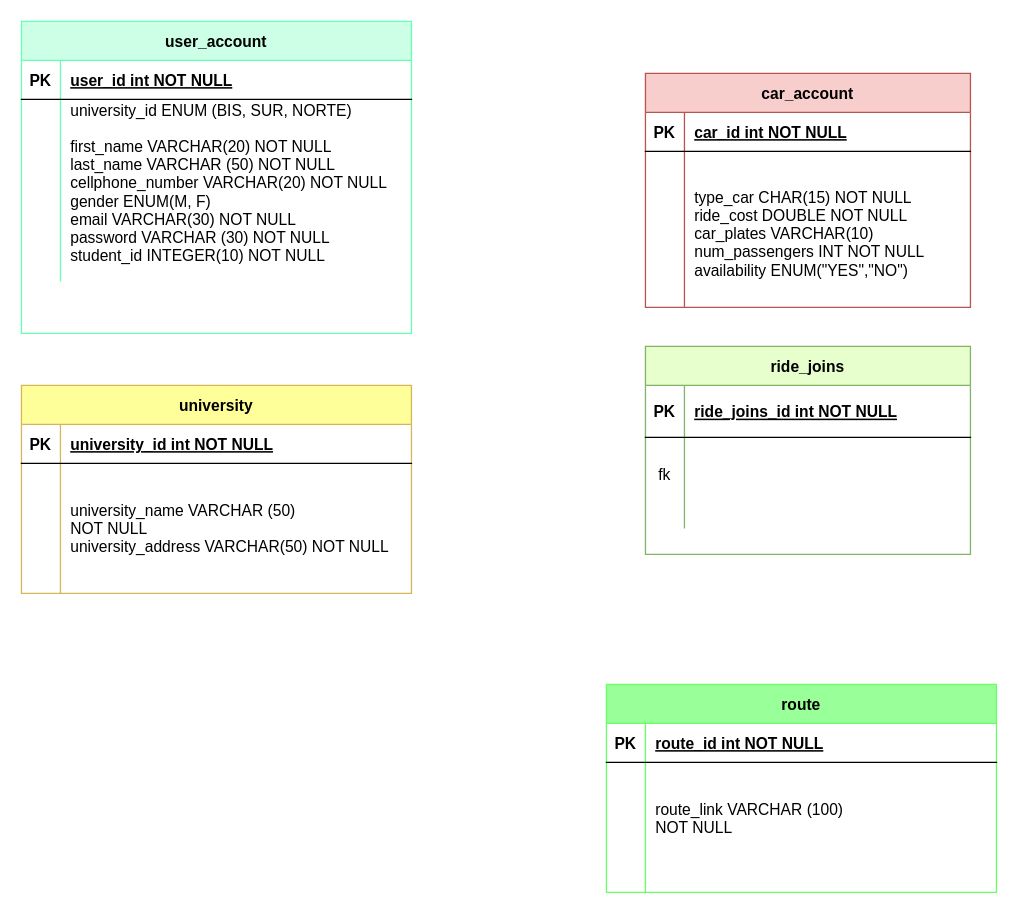
carpool-bis/entity-relationship-diagram keeps this draw.io diagram as entity-relationship-diagram.drawio. Above is the earlier version. Source tidied: cells renumbered, new cells numbered last; positions are measured from the earlier drawing's top-left corner, leaving out a move shared by most shapes. Both pictures are drawn from the tidied source at 130%, with x=0, y=0 at pixel (21, 21).
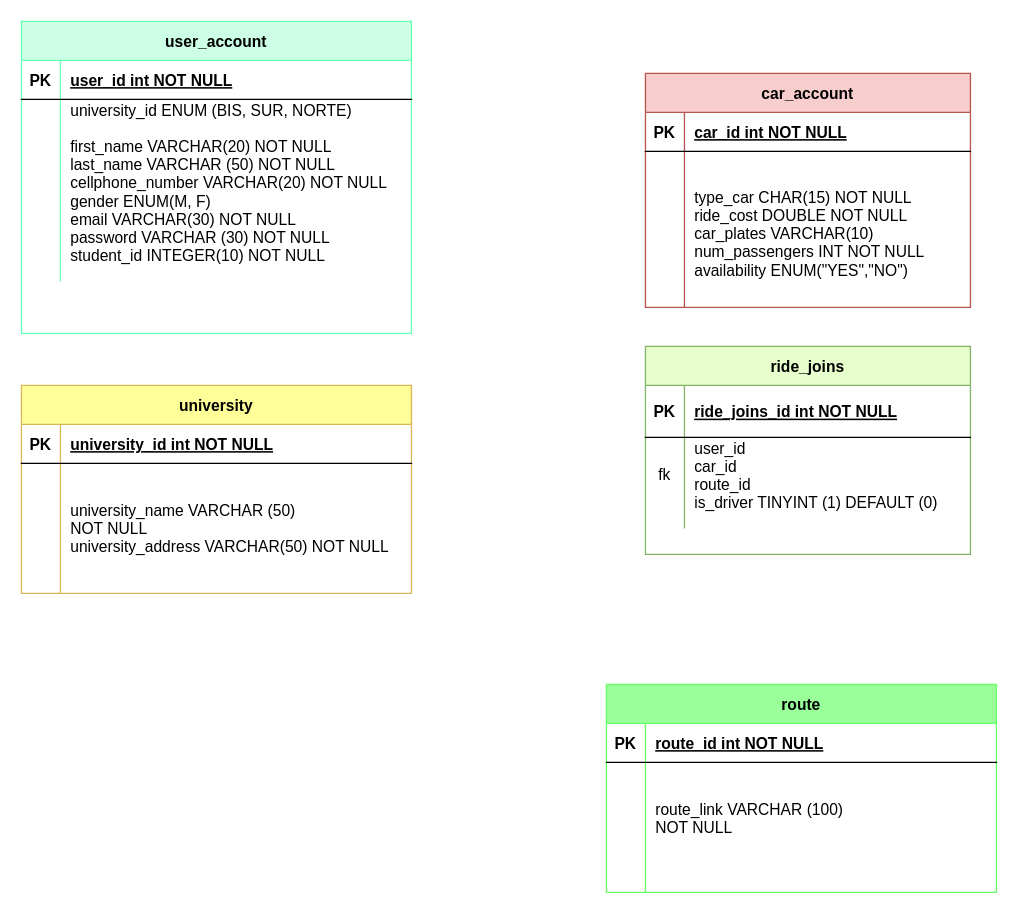
Above is the later version.

Commit message:
correcting ride joins table

The change refers to these unchanged cells:
```xml
<mxCell id="37" style="shape=partialRectangle;fillColor=none;top=0;left=0;right=0;bottom=0;" parent="33" vertex="1">
  <mxGeometry y="70" width="250" height="70" as="geometry" />
</mxCell>
```

The edit, as a diff of the source:
```diff
@@
-    <mxCell id="39" style="shape=partialRectangle;overflow=hidden;fillColor=none;top=0;left=0;bottom=0;right=0;align=left;spacingLeft=6;" parent="37" vertex="1">
+    <mxCell id="39" value="user_id&#10;car_id&#10;route_id&#10;is_driver TINYINT (1) DEFAULT (0)&#10;&#10;&#10;" style="shape=partialRectangle;overflow=hidden;fillColor=none;top=0;left=0;bottom=0;right=0;align=left;spacingLeft=6;" parent="37" vertex="1">
       <mxGeometry x="30" width="220" height="70" as="geometry" />
     </mxCell>
```
